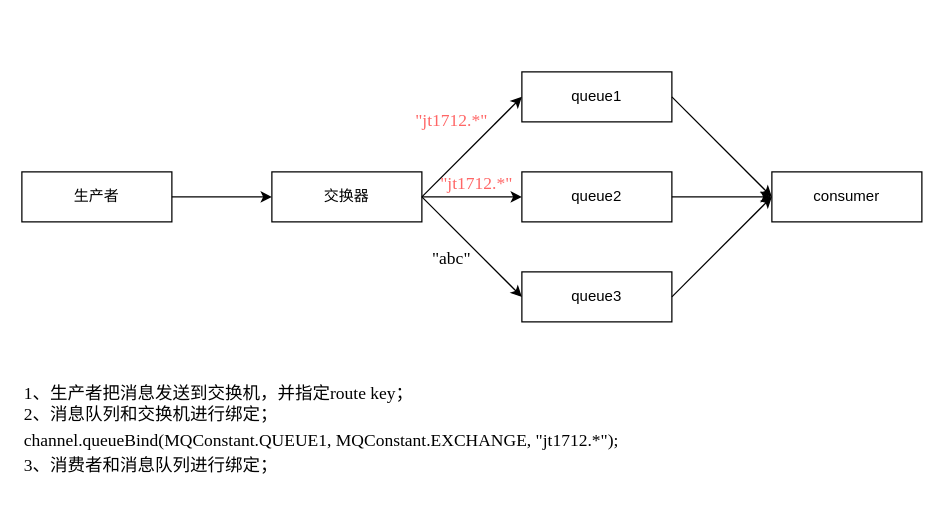
chenrushui/draw keeps this draw.io diagram as rabbitmq.drawio. Above is the earlier version. Source tidied: cells renumbered, new cells numbered last; positions are measured from the earlier drawing's top-left corner, leaving out a move shared by most shapes. Both pictures are drawn from the tidied source at 125%, with x=0, y=0 at pixel (21, 71).
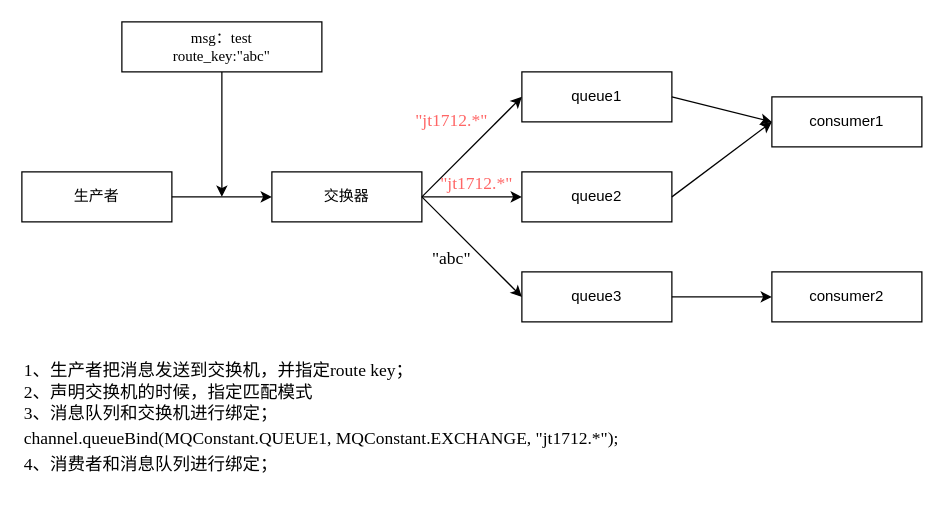
The same page after the edit.

The change refers to these unchanged cells:
```xml
<mxCell id="5" value="queue3" style="rounded=0;whiteSpace=wrap;html=1;" parent="1" vertex="1">
  <mxGeometry x="400" y="160" width="120" height="40" as="geometry" />
</mxCell>
```

Diff of the diagram source:
```diff
@@
-    <mxCell id="6" value="consumer" style="rounded=0;whiteSpace=wrap;html=1;" parent="1" vertex="1">
-      <mxGeometry x="600" y="80" width="120" height="40" as="geometry" />
+    <mxCell id="6" value="consumer1" style="rounded=0;whiteSpace=wrap;html=1;" parent="1" vertex="1">
+      <mxGeometry x="600" y="20" width="120" height="40" as="geometry" />
     </mxCell>
@@
-    <mxCell id="11" style="endArrow=classic;html=1;entryX=0;entryY=0.5;entryDx=0;entryDy=0;" parent="1" edge="1" target="6">
-      <mxGeometry relative="1" as="geometry">
-        <mxPoint x="520" y="180" as="sourcePoint" />
-      </mxGeometry>
-    </mxCell>
-    <mxCell id="12" value="&lt;div style=&quot;white-space: pre-wrap ; line-height: 1.75 ; font-size: 14px&quot;&gt;&lt;br&gt;&lt;/div&gt;&lt;div style=&quot;white-space: pre-wrap ; line-height: 1.75 ; font-size: 14px&quot;&gt;&lt;br&gt;&lt;/div&gt;&lt;span style=&quot;font-size: 14px ; white-space: pre-wrap&quot;&gt;1、生产者把消息发送到交换机，并指定route key；&lt;br&gt;&lt;/span&gt;&lt;span style=&quot;font-size: 14px ; white-space: pre-wrap&quot;&gt;2、消息队列和交换机进行绑定；&lt;br/&gt;&lt;/span&gt;&lt;div style=&quot;white-space: pre-wrap ; line-height: 1.75 ; font-size: 14px&quot;&gt;channel.queueBind(MQConstant.QUEUE1, MQConstant.EXCHANGE, &quot;jt1712.*&quot;);&lt;/div&gt;&lt;span style=&quot;font-size: 14px ; white-space: pre-wrap&quot;&gt;3、消费者和消息队列进行绑定；&lt;/span&gt;&lt;div style=&quot;white-space: pre-wrap ; line-height: 1.75 ; font-size: 14px&quot;&gt;&lt;br&gt;&lt;/div&gt;" style="text;html=1;strokeColor=none;fillColor=none;align=left;verticalAlign=middle;whiteSpace=wrap;rounded=0;fontFamily=Times New Roman;" parent="1" vertex="1">
-      <mxGeometry y="210" width="580" height="130" as="geometry" />
+    <mxCell id="12" value="&lt;div style=&quot;white-space: pre-wrap ; line-height: 1.75 ; font-size: 14px&quot;&gt;&lt;br&gt;&lt;/div&gt;&lt;div style=&quot;white-space: pre-wrap ; line-height: 1.75 ; font-size: 14px&quot;&gt;&lt;br&gt;&lt;/div&gt;&lt;span style=&quot;font-size: 14px ; white-space: pre-wrap&quot;&gt;1、生产者把消息发送到交换机，并指定route key；&lt;br&gt;2、声明交换机的时候，指定匹配模式&lt;br&gt;&lt;/span&gt;&lt;span style=&quot;font-size: 14px ; white-space: pre-wrap&quot;&gt;3、消息队列和交换机进行绑定；&lt;br&gt;&lt;/span&gt;&lt;div style=&quot;white-space: pre-wrap ; line-height: 1.75 ; font-size: 14px&quot;&gt;channel.queueBind(MQConstant.QUEUE1, MQConstant.EXCHANGE, &quot;jt1712.*&quot;);&lt;/div&gt;&lt;span style=&quot;font-size: 14px ; white-space: pre-wrap&quot;&gt;4、消费者和消息队列进行绑定；&lt;/span&gt;&lt;div style=&quot;white-space: pre-wrap ; line-height: 1.75 ; font-size: 14px&quot;&gt;&lt;br&gt;&lt;/div&gt;" style="text;html=1;strokeColor=none;fillColor=none;align=left;verticalAlign=middle;whiteSpace=wrap;rounded=0;fontFamily=Times New Roman;" parent="1" vertex="1">
+      <mxGeometry y="200" width="580" height="130" as="geometry" />
     </mxCell>
@@
+    <mxCell id="19" value="&lt;font color=&quot;#000000&quot;&gt;msg：test&lt;br&gt;route_key:&quot;abc&quot;&lt;/font&gt;" style="rounded=0;whiteSpace=wrap;html=1;fontFamily=Times New Roman;fontColor=#FF6666;" parent="1" vertex="1">
+      <mxGeometry x="80" y="-40" width="160" height="40" as="geometry" />
+    </mxCell>
+    <mxCell id="20" style="endArrow=classic;html=1;fontFamily=Times New Roman;fontColor=#FF6666;" parent="1" edge="1">
+      <mxGeometry relative="1" as="geometry">
+        <mxPoint x="160" as="sourcePoint" />
+        <mxPoint x="160" y="100" as="targetPoint" />
+      </mxGeometry>
+    </mxCell>
+    <mxCell id="21" value="consumer2" style="rounded=0;whiteSpace=wrap;html=1;" parent="1" vertex="1">
+      <mxGeometry x="600" y="160" width="120" height="40" as="geometry" />
+    </mxCell>
+    <mxCell id="22" style="endArrow=classic;html=1;fontFamily=Times New Roman;fontColor=#FF6666;entryX=0;entryY=0.5;entryDx=0;entryDy=0;exitX=1;exitY=0.5;exitDx=0;exitDy=0;" parent="1" edge="1" source="5" target="21">
+      <mxGeometry relative="1" as="geometry" />
+    </mxCell>
```
